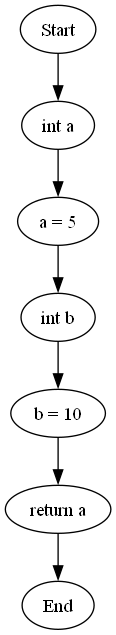
Above: cfg.png in Akshay-X-Raj/Static-Code-Analyzer-for-a-C-like-Language-using-CFG-Based-Data-Flow-Analysis (Graphviz), before the change. Its source is kept beside it as cfg.dot.
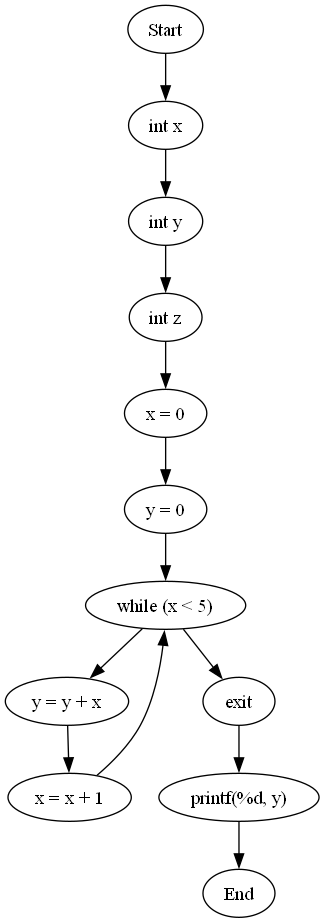
The same file after the commit.

Change to the diagram source:
```diff
@@ -1,16 +1,26 @@
 digraph CFG {
-node [shape=ellipse];
 0 [label="Start"];
 0 -> 1;
-1 [label="int a"];
+1 [label="int x"];
 1 -> 2;
-2 [label="a = 5"];
+2 [label="int y"];
 2 -> 3;
-3 [label="int b"];
+3 [label="int z"];
 3 -> 4;
-4 [label="b = 10"];
+4 [label="x = 0"];
 4 -> 5;
-5 [label="return a"];
+5 [label="y = 0"];
 5 -> 6;
-6 [label="End"];
+6 [label="while (x < 5)"];
+6 -> 7;
+7 [label="y = y + x"];
+7 -> 8;
+8 [label="x = x + 1"];
+8 -> 6;
+6 -> 9;
+9 [label="exit"];
+9 -> 10;
+10 [label="printf(%d, y)"];
+10 -> 11;
+11 [label="End"];
 }
```
